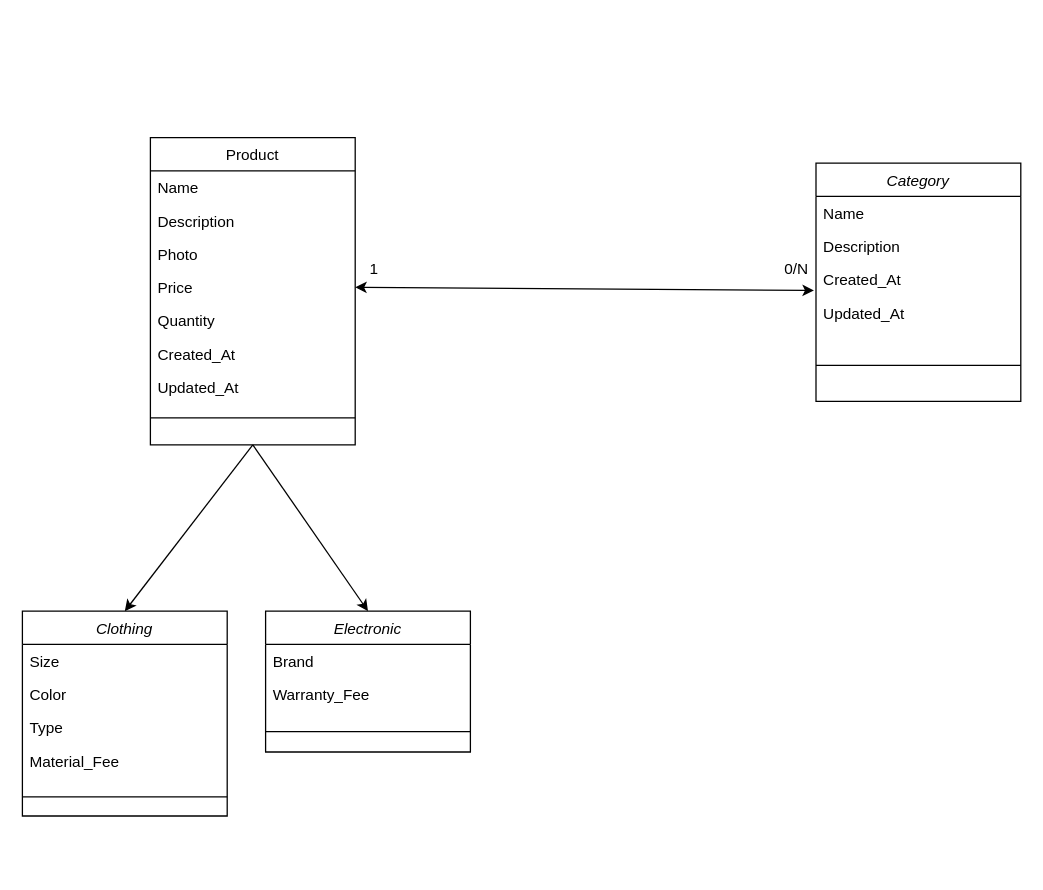
This is Untitled Diagram.drawio from jean-bernard-laguerre/revisions-poo, a draw.io file, before an edit. Source tidied: cells renumbered, new cells numbered last; positions are measured from the earlier drawing's top-left corner, leaving out a move shared by most shapes. Both pictures are drawn from the tidied source at 128%, with x=0, y=0 at pixel (22, 137).
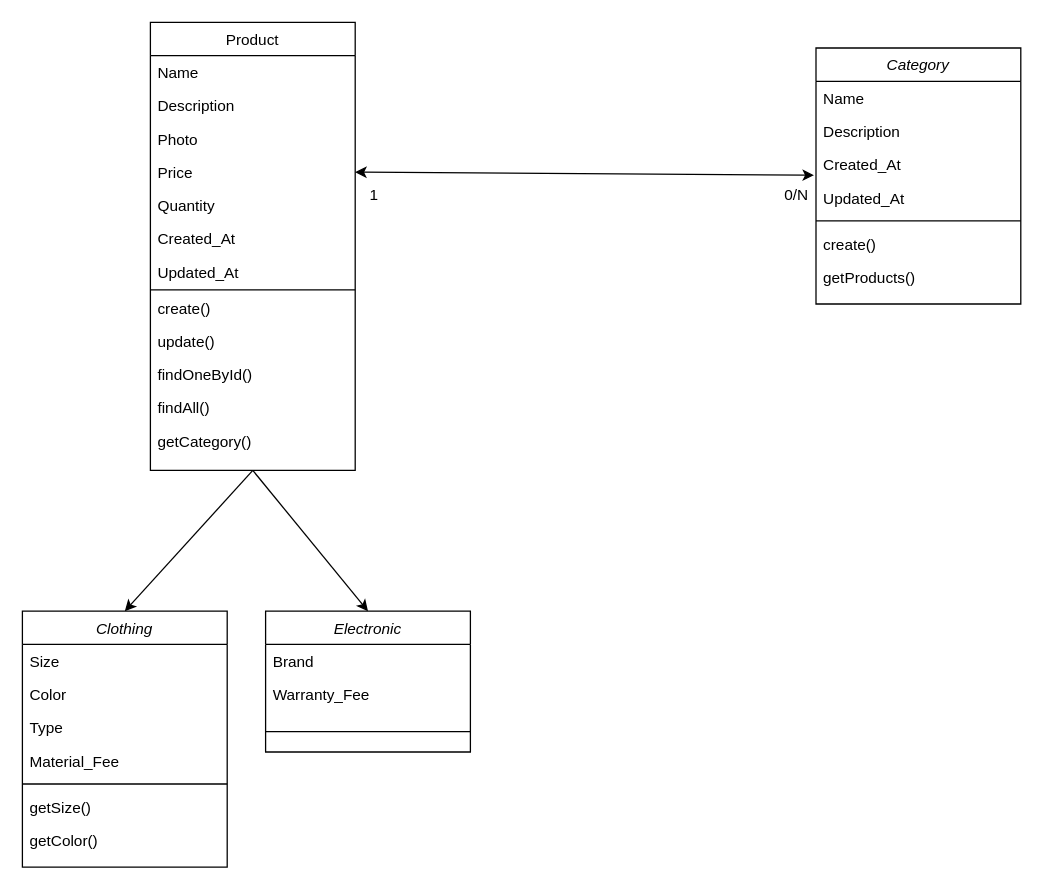
Above is the later version.

What changed in the source:
```diff
@@
     <mxCell id="2" value="Category" style="swimlane;fontStyle=2;align=center;verticalAlign=top;horizontal=1;startSize=26;rounded=0;shadow=0;strokeWidth=1;" parent="1" vertex="1">
-      <mxGeometry x="620" y="20" width="160" height="186" as="geometry" />
+      <mxGeometry x="620" y="-70" width="160" height="200" as="geometry" />
     </mxCell>
@@
     <mxCell id="7" style="line;html=1;strokeWidth=1;align=left;verticalAlign=middle;spacingTop=-1;spacingLeft=3;spacingRight=3;labelPosition=right;" parent="2" vertex="1">
-      <mxGeometry y="130" width="160" height="56" as="geometry" />
+      <mxGeometry y="130" width="160" height="10" as="geometry" />
     </mxCell>
+    <mxCell id="32" value="create()" style="text;align=left;verticalAlign=top;spacingLeft=4;spacingRight=4;overflow=hidden;rounded=0;shadow=0;html=0;" parent="2" vertex="1">
+      <mxGeometry y="140" width="160" height="26" as="geometry" />
+    </mxCell>
+    <mxCell id="33" value="getProducts()" style="text;align=left;verticalAlign=top;spacingLeft=4;spacingRight=4;overflow=hidden;rounded=0;shadow=0;html=0;" parent="2" vertex="1">
+      <mxGeometry y="166" width="160" height="26" as="geometry" />
+    </mxCell>
     <mxCell id="8" value="Product" style="swimlane;fontStyle=0;align=center;verticalAlign=top;horizontal=1;startSize=26;rounded=0;shadow=0;strokeWidth=1;" parent="1" vertex="1">
-      <mxGeometry x="100" width="160" height="240" as="geometry" />
+      <mxGeometry x="100" y="-90" width="160" height="350" as="geometry" />
     </mxCell>
@@
     <mxCell id="16" style="line;html=1;strokeWidth=1;align=left;verticalAlign=middle;spacingTop=-1;spacingLeft=3;spacingRight=3;labelPosition=right;" parent="8" vertex="1">
-      <mxGeometry y="208" width="160" height="22" as="geometry" />
+      <mxGeometry y="208" width="160" height="2" as="geometry" />
     </mxCell>
+    <mxCell id="34" value="create()" style="text;align=left;verticalAlign=top;spacingLeft=4;spacingRight=4;overflow=hidden;rounded=0;shadow=0;html=0;" parent="8" vertex="1">
+      <mxGeometry y="210" width="160" height="26" as="geometry" />
+    </mxCell>
+    <mxCell id="35" value="update()" style="text;align=left;verticalAlign=top;spacingLeft=4;spacingRight=4;overflow=hidden;rounded=0;shadow=0;html=0;" parent="8" vertex="1">
+      <mxGeometry y="236" width="160" height="26" as="geometry" />
+    </mxCell>
+    <mxCell id="36" value="findOneById()" style="text;align=left;verticalAlign=top;spacingLeft=4;spacingRight=4;overflow=hidden;rounded=0;shadow=0;html=0;" parent="8" vertex="1">
+      <mxGeometry y="262" width="160" height="26" as="geometry" />
+    </mxCell>
+    <mxCell id="37" value="findAll()" style="text;align=left;verticalAlign=top;spacingLeft=4;spacingRight=4;overflow=hidden;rounded=0;shadow=0;html=0;" parent="8" vertex="1">
+      <mxGeometry y="288" width="160" height="26" as="geometry" />
+    </mxCell>
+    <mxCell id="38" value="getCategory()" style="text;align=left;verticalAlign=top;spacingLeft=4;spacingRight=4;overflow=hidden;rounded=0;shadow=0;html=0;" parent="8" vertex="1">
+      <mxGeometry y="314" width="160" height="26" as="geometry" />
+    </mxCell>
@@
     <mxCell id="18" value="1" style="text;html=1;strokeColor=none;fillColor=none;align=center;verticalAlign=middle;whiteSpace=wrap;rounded=0;" parent="1" vertex="1">
-      <mxGeometry x="260" y="88" width="30" height="30" as="geometry" />
+      <mxGeometry x="260" y="30" width="30" height="30" as="geometry" />
     </mxCell>
     <mxCell id="19" value="0/N" style="text;html=1;strokeColor=none;fillColor=none;align=center;verticalAlign=middle;whiteSpace=wrap;rounded=0;" parent="1" vertex="1">
-      <mxGeometry x="590" y="88" width="30" height="30" as="geometry" />
+      <mxGeometry x="590" y="30" width="30" height="30" as="geometry" />
     </mxCell>
@@
     <mxCell id="21" value="Clothing" style="swimlane;fontStyle=2;align=center;verticalAlign=top;horizontal=1;startSize=26;rounded=0;shadow=0;strokeWidth=1;" parent="1" vertex="1">
-      <mxGeometry y="370" width="160" height="160" as="geometry" />
+      <mxGeometry y="370" width="160" height="200" as="geometry" />
     </mxCell>
@@
     <mxCell id="26" style="line;html=1;strokeWidth=1;align=left;verticalAlign=middle;spacingTop=-1;spacingLeft=3;spacingRight=3;labelPosition=right;" parent="21" vertex="1">
-      <mxGeometry y="130" width="160" height="30" as="geometry" />
+      <mxGeometry y="130" width="160" height="10" as="geometry" />
     </mxCell>
+    <mxCell id="39" value="getSize()" style="text;align=left;verticalAlign=top;spacingLeft=4;spacingRight=4;overflow=hidden;rounded=0;shadow=0;html=0;" parent="21" vertex="1">
+      <mxGeometry y="140" width="160" height="26" as="geometry" />
+    </mxCell>
+    <mxCell id="40" value="getColor()" style="text;align=left;verticalAlign=top;spacingLeft=4;spacingRight=4;overflow=hidden;rounded=0;shadow=0;html=0;" parent="21" vertex="1">
+      <mxGeometry y="166" width="160" height="26" as="geometry" />
+    </mxCell>
```
